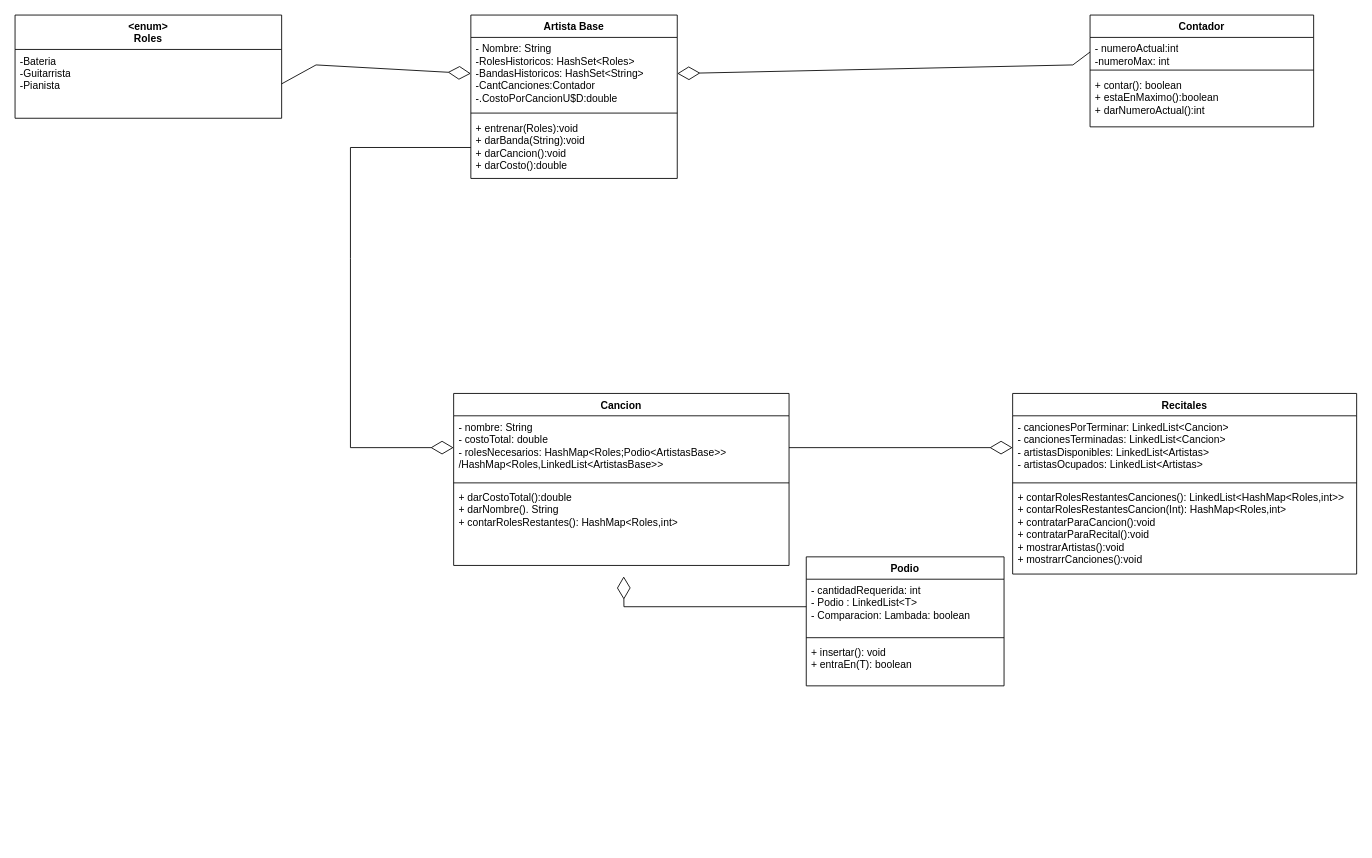
The draw.io diagram UML/UML.drawio in Potasio54321/Paradigmas-TP, before the edit. Source tidied: cells renumbered, new cells numbered last; positions are measured from the earlier drawing's top-left corner, leaving out a move shared by most shapes. Both pictures are drawn from the tidied source at 86%, with x=0, y=0 at pixel (15, 15).
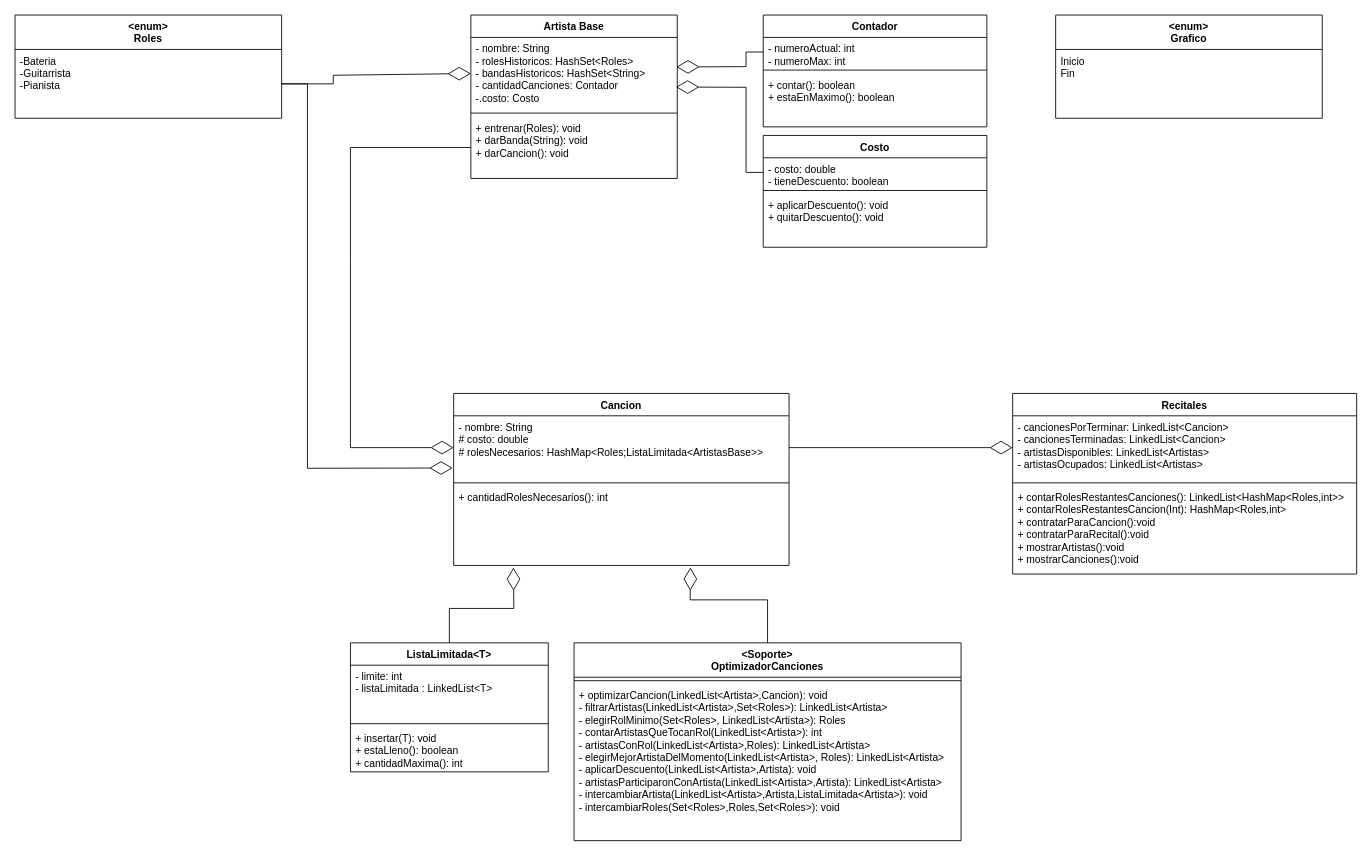
The same diagram, later.

Unchanged cells that the change refers to:
```xml
<mxCell id="2" value="Artista Base" style="swimlane;fontStyle=1;align=center;verticalAlign=top;horizontal=1;startSize=26;whiteSpace=wrap;html=1;" parent="1" vertex="1">
  <mxGeometry x="530" width="240" height="190" as="geometry" />
</mxCell>
<mxCell id="7" value="-Bateria&lt;div&gt;-Guitarrista&lt;/div&gt;&lt;div&gt;-Pianista&lt;/div&gt;" style="text;strokeColor=none;fillColor=none;align=left;verticalAlign=top;spacingLeft=4;spacingRight=4;overflow=hidden;points=[[0,0.5],[1,0.5]];portConstraint=eastwest;whiteSpace=wrap;html=1;" parent="6" vertex="1">
  <mxGeometry y="40" width="310" height="80" as="geometry" />
</mxCell>
<mxCell id="14" value="Cancion" style="swimlane;fontStyle=1;align=center;verticalAlign=top;horizontal=1;startSize=26;whiteSpace=wrap;html=1;" parent="1" vertex="1">
  <mxGeometry x="510" y="440" width="390" height="200" as="geometry" />
</mxCell>
<mxCell id="18" value="Recitales" style="swimlane;fontStyle=1;align=center;verticalAlign=top;horizontal=1;startSize=26;whiteSpace=wrap;html=1;" parent="1" vertex="1">
  <mxGeometry x="1160" y="440" width="400" height="210" as="geometry" />
</mxCell>
```

Diff of the diagram source:
```diff
@@
-    <mxCell id="3" value="- Nombre: String&lt;div&gt;-RolesHistoricos: HashSet&amp;lt;Roles&amp;gt;&lt;/div&gt;&lt;div&gt;-BandasHistoricos: HashSet&amp;lt;String&amp;gt;&lt;/div&gt;&lt;div&gt;-CantCanciones:Contador&lt;div&gt;-.CostoPorCancionU$D:double&lt;/div&gt;&lt;/div&gt;" style="text;strokeColor=none;fillColor=none;align=left;verticalAlign=top;spacingLeft=4;spacingRight=4;overflow=hidden;points=[[0,0.5],[1,0.5]];portConstraint=eastwest;whiteSpace=wrap;html=1;" parent="2" vertex="1">
+    <mxCell id="3" value="- nombre: String&lt;div&gt;- rolesHistoricos: HashSet&amp;lt;Roles&amp;gt;&lt;/div&gt;&lt;div&gt;- bandasHistoricos: HashSet&amp;lt;String&amp;gt;&lt;/div&gt;&lt;div&gt;- cantidadCanciones: Contador&lt;div&gt;-.costo: Costo&lt;/div&gt;&lt;/div&gt;" style="text;strokeColor=none;fillColor=none;align=left;verticalAlign=top;spacingLeft=4;spacingRight=4;overflow=hidden;points=[[0,0.5],[1,0.5]];portConstraint=eastwest;whiteSpace=wrap;html=1;" parent="2" vertex="1">
       <mxGeometry y="26" width="240" height="84" as="geometry" />
     </mxCell>
@@
-    <mxCell id="5" value="+ entrenar(Roles):void&lt;div&gt;+ darBanda(String):void&lt;/div&gt;&lt;div&gt;+ darCancion():void&lt;/div&gt;&lt;div&gt;+ darCosto():double&lt;/div&gt;" style="text;strokeColor=none;fillColor=none;align=left;verticalAlign=top;spacingLeft=4;spacingRight=4;overflow=hidden;points=[[0,0.5],[1,0.5]];portConstraint=eastwest;whiteSpace=wrap;html=1;" parent="2" vertex="1">
+    <mxCell id="5" value="+ entrenar(Roles): void&lt;div&gt;+ darBanda(String): void&lt;/div&gt;&lt;div&gt;+ darCancion(): void&lt;/div&gt;" style="text;strokeColor=none;fillColor=none;align=left;verticalAlign=top;spacingLeft=4;spacingRight=4;overflow=hidden;points=[[0,0.5],[1,0.5]];portConstraint=eastwest;whiteSpace=wrap;html=1;" parent="2" vertex="1">
       <mxGeometry y="118" width="240" height="72" as="geometry" />
     </mxCell>
@@
     <mxCell id="8" style="endArrow=diamondThin;endFill=0;endSize=24;html=1;rounded=0;exitX=1;exitY=0.5;exitDx=0;exitDy=0;entryX=0;entryY=0.5;entryDx=0;entryDy=0;" parent="1" edge="1" source="7" target="3">
       <mxGeometry relative="1" as="geometry">
         <Array as="points">
-          <mxPoint x="350" y="58" />
+          <mxPoint x="370" y="80" />
+          <mxPoint x="370" y="70" />
         </Array>
       </mxGeometry>
     </mxCell>
     <mxCell id="9" value="Contador" style="swimlane;fontStyle=1;align=center;verticalAlign=top;horizontal=1;startSize=26;whiteSpace=wrap;html=1;" parent="1" vertex="1">
-      <mxGeometry x="1250" width="260" height="130" as="geometry" />
+      <mxGeometry x="870" width="260" height="130" as="geometry" />
     </mxCell>
-    <mxCell id="10" value="- numeroActual:int&lt;div&gt;-numeroMax: int&lt;/div&gt;" style="text;strokeColor=none;fillColor=none;align=left;verticalAlign=top;spacingLeft=4;spacingRight=4;overflow=hidden;points=[[0,0.5],[1,0.5]];portConstraint=eastwest;whiteSpace=wrap;html=1;" parent="9" vertex="1">
+    <mxCell id="10" value="- numeroActual: int&lt;div&gt;- numeroMax: int&lt;/div&gt;" style="text;strokeColor=none;fillColor=none;align=left;verticalAlign=top;spacingLeft=4;spacingRight=4;overflow=hidden;points=[[0,0.5],[1,0.5]];portConstraint=eastwest;whiteSpace=wrap;html=1;" parent="9" vertex="1">
       <mxGeometry y="26" width="260" height="34" as="geometry" />
     </mxCell>
@@
-    <mxCell id="12" value="+ contar(): boolean&lt;div&gt;+ estaEnMaximo():boolean&lt;/div&gt;&lt;div&gt;+ darNumeroActual():int&lt;/div&gt;" style="text;strokeColor=none;fillColor=none;align=left;verticalAlign=top;spacingLeft=4;spacingRight=4;overflow=hidden;whiteSpace=wrap;html=1;" parent="9" vertex="1">
+    <mxCell id="12" value="+ contar(): boolean&lt;div&gt;+ estaEnMaximo(): boolean&lt;/div&gt;" style="text;strokeColor=none;fillColor=none;align=left;verticalAlign=top;spacingLeft=4;spacingRight=4;overflow=hidden;whiteSpace=wrap;html=1;" parent="9" vertex="1">
       <mxGeometry y="68" width="260" height="62" as="geometry" />
     </mxCell>
-    <mxCell id="13" style="endArrow=diamondThin;endFill=0;endSize=24;html=1;rounded=0;exitX=0;exitY=0.5;exitDx=0;exitDy=0;entryX=1;entryY=0.5;entryDx=0;entryDy=0;" parent="1" edge="1" source="10" target="3">
+    <mxCell id="13" style="endArrow=diamondThin;endFill=0;endSize=24;html=1;rounded=0;exitX=0;exitY=0.5;exitDx=0;exitDy=0;entryX=0.996;entryY=0.409;entryDx=0;entryDy=0;entryPerimeter=0;" parent="1" edge="1" source="10" target="3">
       <mxGeometry relative="1" as="geometry">
         <Array as="points">
-          <mxPoint x="1230" y="58" />
+          <mxPoint x="850" y="43" />
+          <mxPoint x="850" y="60" />
         </Array>
       </mxGeometry>
     </mxCell>
@@
-    <mxCell id="15" value="- nombre: String&lt;div&gt;- costoTotal: double&lt;/div&gt;&lt;div&gt;- rolesNecesarios: HashMap&amp;lt;Roles;Podio&amp;lt;ArtistasBase&amp;gt;&amp;gt;&lt;/div&gt;&lt;div&gt;/HashMap&amp;lt;Roles,LinkedList&amp;lt;ArtistasBase&amp;gt;&amp;gt;&lt;/div&gt;" style="text;strokeColor=none;fillColor=none;align=left;verticalAlign=top;spacingLeft=4;spacingRight=4;overflow=hidden;points=[[0,0.5],[1,0.5]];portConstraint=eastwest;whiteSpace=wrap;html=1;" parent="14" vertex="1">
+    <mxCell id="15" value="- nombre: String&lt;div&gt;# costo: double&lt;br&gt;&lt;div&gt;&lt;span style=&quot;background-color: transparent; color: light-dark(rgb(0, 0, 0), rgb(255, 255, 255));&quot;&gt;# rolesNecesarios: HashMap&amp;lt;Roles;ListaLimitada&amp;lt;ArtistasBase&amp;gt;&amp;gt;&lt;/span&gt;&lt;/div&gt;&lt;/div&gt;" style="text;strokeColor=none;fillColor=none;align=left;verticalAlign=top;spacingLeft=4;spacingRight=4;overflow=hidden;points=[[0,0.5],[1,0.5]];portConstraint=eastwest;whiteSpace=wrap;html=1;" parent="14" vertex="1">
       <mxGeometry y="26" width="390" height="74" as="geometry" />
     </mxCell>
@@
-    <mxCell id="17" value="+ darCostoTotal():double&lt;div&gt;+ darNombre(). String&lt;/div&gt;&lt;div&gt;+ contarRolesRestantes(): HashMap&amp;lt;Roles,int&amp;gt;&lt;/div&gt;" style="text;strokeColor=none;fillColor=none;align=left;verticalAlign=top;spacingLeft=4;spacingRight=4;overflow=hidden;points=[[0,0.5],[1,0.5]];portConstraint=eastwest;whiteSpace=wrap;html=1;" parent="14" vertex="1">
+    <mxCell id="17" value="&lt;div&gt;&lt;span style=&quot;background-color: transparent; color: light-dark(rgb(0, 0, 0), rgb(255, 255, 255));&quot;&gt;+ cantidadRolesNecesarios(): int&lt;/span&gt;&lt;/div&gt;" style="text;strokeColor=none;fillColor=none;align=left;verticalAlign=top;spacingLeft=4;spacingRight=4;overflow=hidden;points=[[0,0.5],[1,0.5]];portConstraint=eastwest;whiteSpace=wrap;html=1;" parent="14" vertex="1">
       <mxGeometry y="108" width="390" height="92" as="geometry" />
     </mxCell>
@@
-    <mxCell id="21" value="+ contarRolesRestantesCanciones(): LinkedList&amp;lt;HashMap&amp;lt;Roles,int&amp;gt;&amp;gt;&lt;div&gt;+ contarRolesRestantesCancion(Int): HashMap&amp;lt;Roles,int&amp;gt;&lt;/div&gt;&lt;div&gt;&lt;div&gt;+ contratarParaCancion():void&lt;/div&gt;&lt;/div&gt;&lt;div&gt;+ contratarParaRecital():void&lt;/div&gt;&lt;div&gt;+ mostrarArtistas():void&lt;/div&gt;&lt;div&gt;+ mostrarrCanciones():void&lt;/div&gt;" style="text;strokeColor=none;fillColor=none;align=left;verticalAlign=top;spacingLeft=4;spacingRight=4;overflow=hidden;whiteSpace=wrap;html=1;" parent="18" vertex="1">
+    <mxCell id="21" value="+ contarRolesRestantesCanciones(): LinkedList&amp;lt;HashMap&amp;lt;Roles,int&amp;gt;&amp;gt;&lt;div&gt;+ contarRolesRestantesCancion(Int): HashMap&amp;lt;Roles,int&amp;gt;&lt;/div&gt;&lt;div&gt;&lt;div&gt;+ contratarParaCancion():void&lt;/div&gt;&lt;/div&gt;&lt;div&gt;+ contratarParaRecital():void&lt;/div&gt;&lt;div&gt;+ mostrarArtistas():void&lt;/div&gt;&lt;div&gt;+ mostrarCanciones():void&lt;/div&gt;" style="text;strokeColor=none;fillColor=none;align=left;verticalAlign=top;spacingLeft=4;spacingRight=4;overflow=hidden;whiteSpace=wrap;html=1;" parent="18" vertex="1">
       <mxGeometry y="108" width="400" height="102" as="geometry" />
     </mxCell>
@@
-    <mxCell id="24" value="Podio" style="swimlane;fontStyle=1;align=center;verticalAlign=top;horizontal=1;startSize=26;whiteSpace=wrap;html=1;" parent="1" vertex="1">
-      <mxGeometry x="920" y="630" width="230" height="150" as="geometry" />
+    <mxCell id="24" value="ListaLimitada&amp;lt;T&amp;gt;" style="swimlane;fontStyle=1;align=center;verticalAlign=top;horizontal=1;startSize=26;whiteSpace=wrap;html=1;" parent="1" vertex="1">
+      <mxGeometry x="390" y="730" width="230" height="150" as="geometry" />
     </mxCell>
-    <mxCell id="25" value="- cantidadRequerida: int&lt;div&gt;- Podio : LinkedList&amp;lt;T&amp;gt;&lt;/div&gt;&lt;div&gt;- Comparacion: Lambada: boolean&lt;/div&gt;" style="text;strokeColor=none;fillColor=none;align=left;verticalAlign=top;spacingLeft=4;spacingRight=4;overflow=hidden;points=[[0,0.5],[1,0.5]];portConstraint=eastwest;whiteSpace=wrap;html=1;" parent="24" vertex="1">
+    <mxCell id="25" value="- limite: int&lt;div&gt;- listaLimitada : LinkedList&amp;lt;T&amp;gt;&lt;/div&gt;" style="text;strokeColor=none;fillColor=none;align=left;verticalAlign=top;spacingLeft=4;spacingRight=4;overflow=hidden;points=[[0,0.5],[1,0.5]];portConstraint=eastwest;whiteSpace=wrap;html=1;" parent="24" vertex="1">
       <mxGeometry y="26" width="230" height="64" as="geometry" />
     </mxCell>
@@
-    <mxCell id="27" value="+ insertar(): void&lt;div&gt;+ entraEn(T): boolean&lt;/div&gt;" style="text;strokeColor=none;fillColor=none;align=left;verticalAlign=top;spacingLeft=4;spacingRight=4;overflow=hidden;whiteSpace=wrap;html=1;" parent="24" vertex="1">
+    <mxCell id="27" value="+ insertar(T): void&lt;div&gt;+ estaLleno(): boolean&lt;/div&gt;&lt;div&gt;+ cantidadMaxima(): int&lt;/div&gt;" style="text;strokeColor=none;fillColor=none;align=left;verticalAlign=top;spacingLeft=4;spacingRight=4;overflow=hidden;whiteSpace=wrap;html=1;" parent="24" vertex="1">
       <mxGeometry y="98" width="230" height="52" as="geometry" />
     </mxCell>
-    <mxCell id="28" style="endArrow=diamondThin;endFill=0;endSize=24;html=1;rounded=0;exitX=0;exitY=0.5;exitDx=0;exitDy=0;entryX=0.507;entryY=1.138;entryDx=0;entryDy=0;entryPerimeter=0;" parent="1" edge="1" source="25" target="17">
+    <mxCell id="28" style="endArrow=diamondThin;endFill=0;endSize=24;html=1;rounded=0;exitX=0.5;exitY=0;exitDx=0;exitDy=0;entryX=0.178;entryY=1.027;entryDx=0;entryDy=0;entryPerimeter=0;" parent="1" edge="1" source="24" target="17">
       <mxGeometry relative="1" as="geometry">
         <Array as="points">
-          <mxPoint x="708" y="688" />
+          <mxPoint x="505" y="690" />
+          <mxPoint x="580" y="690" />
         </Array>
       </mxGeometry>
     </mxCell>
+    <mxCell id="29" style="endArrow=diamondThin;endFill=0;endSize=24;html=1;rounded=0;exitX=1;exitY=0.5;exitDx=0;exitDy=0;entryX=-0.003;entryY=0.82;entryDx=0;entryDy=0;entryPerimeter=0;" parent="1" edge="1" source="7" target="15">
+      <mxGeometry relative="1" as="geometry">
+        <Array as="points">
+          <mxPoint x="340" y="80" />
+          <mxPoint x="340" y="527" />
+        </Array>
+      </mxGeometry>
+    </mxCell>
+    <mxCell id="30" value="Costo" style="swimlane;fontStyle=1;align=center;verticalAlign=top;horizontal=1;startSize=26;whiteSpace=wrap;html=1;" parent="1" vertex="1">
+      <mxGeometry x="870" y="140" width="260" height="130" as="geometry" />
+    </mxCell>
+    <mxCell id="31" value="- costo: double&lt;div&gt;- tieneDescuento: boolean&lt;/div&gt;" style="text;strokeColor=none;fillColor=none;align=left;verticalAlign=top;spacingLeft=4;spacingRight=4;overflow=hidden;points=[[0,0.5],[1,0.5]];portConstraint=eastwest;whiteSpace=wrap;html=1;" parent="30" vertex="1">
+      <mxGeometry y="26" width="260" height="34" as="geometry" />
+    </mxCell>
+    <mxCell id="32" style="line;strokeWidth=1;fillColor=none;align=left;verticalAlign=middle;spacingTop=-1;spacingLeft=3;spacingRight=3;labelPosition=right;strokeColor=inherit;" parent="30" vertex="1">
+      <mxGeometry y="60" width="260" height="8" as="geometry" />
+    </mxCell>
+    <mxCell id="33" value="+ aplicarDescuento(): void&lt;div&gt;+ quitarDescuento(): void&lt;/div&gt;" style="text;strokeColor=none;fillColor=none;align=left;verticalAlign=top;spacingLeft=4;spacingRight=4;overflow=hidden;whiteSpace=wrap;html=1;" parent="30" vertex="1">
+      <mxGeometry y="68" width="260" height="62" as="geometry" />
+    </mxCell>
+    <mxCell id="34" style="endArrow=diamondThin;endFill=0;endSize=24;html=1;rounded=0;exitX=0;exitY=0.5;exitDx=0;exitDy=0;entryX=0.994;entryY=0.687;entryDx=0;entryDy=0;entryPerimeter=0;" parent="1" edge="1" source="31" target="3">
+      <mxGeometry relative="1" as="geometry">
+        <Array as="points">
+          <mxPoint x="850" y="183" />
+          <mxPoint x="850" y="84" />
+        </Array>
+      </mxGeometry>
+    </mxCell>
+    <mxCell id="35" value="&lt;div&gt;&amp;lt;Soporte&amp;gt;&lt;/div&gt;OptimizadorCanciones" style="swimlane;fontStyle=1;align=center;verticalAlign=top;horizontal=1;startSize=40;whiteSpace=wrap;html=1;" parent="1" vertex="1">
+      <mxGeometry x="650" y="730" width="450" height="230" as="geometry" />
+    </mxCell>
+    <mxCell id="36" style="line;strokeWidth=1;fillColor=none;align=left;verticalAlign=middle;spacingTop=-1;spacingLeft=3;spacingRight=3;labelPosition=right;strokeColor=inherit;" parent="35" vertex="1">
+      <mxGeometry y="40" width="450" height="8" as="geometry" />
+    </mxCell>
+    <mxCell id="37" value="+ optimizarCancion(LinkedList&amp;lt;Artista&amp;gt;,Cancion): void&lt;div&gt;- filtrarArtistas(LinkedList&amp;lt;Artista&amp;gt;,Set&amp;lt;Roles&amp;gt;): LinkedList&amp;lt;Artista&amp;gt;&lt;/div&gt;&lt;div&gt;- elegirRolMinimo(Set&amp;lt;Roles&amp;gt;, LinkedList&amp;lt;Artista&amp;gt;): Roles&lt;/div&gt;&lt;div&gt;- contarArtistasQueTocanRol(LinkedList&amp;lt;Artista&amp;gt;): int&lt;/div&gt;&lt;div&gt;- artistasConRol(LinkedList&amp;lt;Artista&amp;gt;,Roles): LinkedList&amp;lt;Artista&amp;gt;&lt;/div&gt;&lt;div&gt;- elegirMejorArtistaDelMomento(LinkedList&amp;lt;Artista&amp;gt;, Roles): LinkedList&amp;lt;Artista&amp;gt;&lt;/div&gt;&lt;div&gt;- aplicarDescuento(LinkedList&amp;lt;Artista&amp;gt;,Artista): void&amp;nbsp;&lt;/div&gt;&lt;div&gt;- artistasParticiparonConArtista(LinkedList&amp;lt;Artista&amp;gt;,Artista): LinkedList&amp;lt;Artista&amp;gt;&lt;/div&gt;&lt;div&gt;- intercambiarArtista(LinkedList&amp;lt;Artista&amp;gt;,Artista,ListaLimitada&amp;lt;Artista&amp;gt;): void&lt;/div&gt;&lt;div&gt;- intercambiarRoles(Set&amp;lt;Roles&amp;gt;,Roles,Set&amp;lt;Roles&amp;gt;): void&lt;/div&gt;" style="text;strokeColor=none;fillColor=none;align=left;verticalAlign=top;spacingLeft=4;spacingRight=4;overflow=hidden;whiteSpace=wrap;html=1;" parent="35" vertex="1">
+      <mxGeometry y="48" width="450" height="182" as="geometry" />
+    </mxCell>
+    <mxCell id="38" style="endArrow=diamondThin;endFill=0;endSize=24;html=1;rounded=0;exitX=0.5;exitY=0;exitDx=0;exitDy=0;entryX=0.706;entryY=1.025;entryDx=0;entryDy=0;entryPerimeter=0;" parent="1" edge="1" source="35" target="17">
+      <mxGeometry relative="1" as="geometry">
+        <Array as="points">
+          <mxPoint x="875" y="680" />
+          <mxPoint x="785" y="680" />
+        </Array>
+      </mxGeometry>
+    </mxCell>
+    <mxCell id="39" value="&amp;lt;enum&amp;gt;&lt;div&gt;Grafico&lt;/div&gt;" style="swimlane;fontStyle=1;align=center;verticalAlign=top;horizontal=1;startSize=40;whiteSpace=wrap;html=1;" parent="1" vertex="1">
+      <mxGeometry x="1210" width="310" height="120" as="geometry" />
+    </mxCell>
+    <mxCell id="40" value="Inicio&lt;div&gt;Fin&lt;/div&gt;" style="text;strokeColor=none;fillColor=none;align=left;verticalAlign=top;spacingLeft=4;spacingRight=4;overflow=hidden;whiteSpace=wrap;html=1;" parent="39" vertex="1">
+      <mxGeometry y="40" width="310" height="80" as="geometry" />
+    </mxCell>
```
